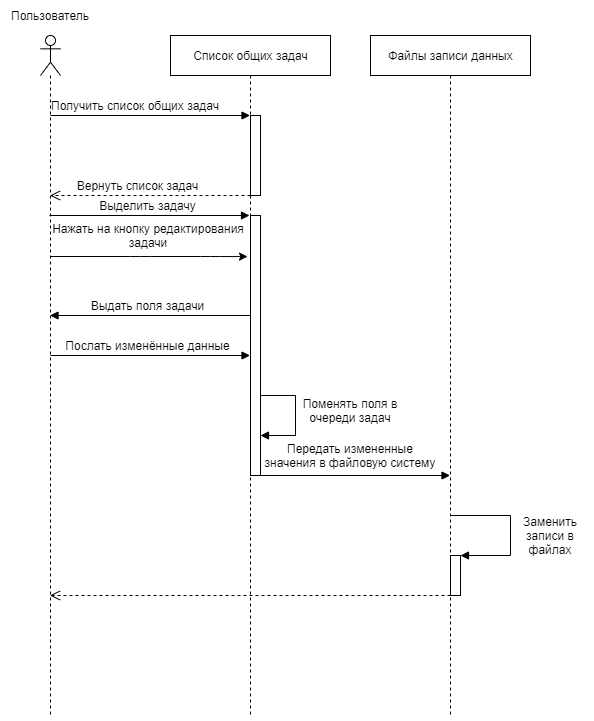
This is Document/Diagrams/sequence diagram/Редактирование задачи(задача общей очереди).png from Yakimovich12/TRITPOProject, a draw.io export, as it was before one commit. Source tidied: cells renumbered, new cells last; positions are measured from the earlier drawing's top-left corner, leaving out a move shared by most shapes. Its diagram source:
```xml
<mxGraphModel>
  <root>
    <mxCell id="0" />
    <mxCell id="1" parent="0" />
    <mxCell id="2" value="Список общих задач" style="html=1;" parent="1" vertex="1">
      <mxGeometry x="165" y="30" width="160" height="40" as="geometry" />
    </mxCell>
    <mxCell id="3" value="Файлы записи данных" style="html=1;" parent="1" vertex="1">
      <mxGeometry x="365" y="30" width="160" height="40" as="geometry" />
    </mxCell>
    <mxCell id="4" style="shape=umlLifeline;participant=umlEntity;perimeter=lifelinePerimeter;whiteSpace=wrap;html=1;verticalAlign=top;spacingTop=36;outlineConnect=0;size=0;" parent="1" vertex="1">
      <mxGeometry x="235" y="70" width="20" height="640" as="geometry" />
    </mxCell>
    <mxCell id="5" style="shape=umlLifeline;participant=umlEntity;perimeter=lifelinePerimeter;whiteSpace=wrap;html=1;verticalAlign=top;spacingTop=36;outlineConnect=0;size=0;" parent="1" vertex="1">
      <mxGeometry x="395" y="70" width="100" height="640" as="geometry" />
    </mxCell>
    <mxCell id="6" style="html=1;points=[];perimeter=orthogonalPerimeter;" parent="5" vertex="1">
      <mxGeometry x="50" y="480" width="10" height="40" as="geometry" />
    </mxCell>
    <mxCell id="7" value="self call" style="edgeStyle=orthogonalEdgeStyle;html=1;align=left;spacingLeft=2;endArrow=block;rounded=0;entryX=1;entryY=0;" parent="5" edge="1" target="6">
      <mxGeometry x="-0.2" y="256" relative="1" as="geometry">
        <mxPoint x="49.5" y="440" as="sourcePoint" />
        <Array as="points">
          <mxPoint x="110" y="440" />
          <mxPoint x="110" y="480" />
        </Array>
        <mxPoint x="-16" y="-90" as="offset" />
      </mxGeometry>
    </mxCell>
    <mxCell id="8" value="dispatch" style="html=1;verticalAlign=bottom;endArrow=block;" parent="1" edge="1" target="4">
      <mxGeometry x="1" y="-1171" relative="1" as="geometry">
        <mxPoint x="45" y="110" as="sourcePoint" />
        <mxPoint x="1170" y="-1121" as="offset" />
      </mxGeometry>
    </mxCell>
    <mxCell id="9" value="Получить список общих задач" style="text;html=1;strokeColor=none;fillColor=none;align=center;verticalAlign=middle;whiteSpace=wrap;rounded=0;" parent="1" vertex="1">
      <mxGeometry x="45" y="90" width="170" height="20" as="geometry" />
    </mxCell>
    <mxCell id="10" value="dispatch" style="html=1;verticalAlign=bottom;endArrow=block;entryX=0;entryY=0;" parent="1" edge="1">
      <mxGeometry x="1" y="-1182" relative="1" as="geometry">
        <mxPoint x="44" y="210" as="sourcePoint" />
        <mxPoint x="244" y="210" as="targetPoint" />
        <mxPoint x="1180" y="-1112" as="offset" />
      </mxGeometry>
    </mxCell>
    <mxCell id="11" value="Выделить задачу" style="text;html=1;strokeColor=none;fillColor=none;align=center;verticalAlign=middle;whiteSpace=wrap;rounded=0;" parent="1" vertex="1">
      <mxGeometry x="50" y="190" width="185" height="20" as="geometry" />
    </mxCell>
    <mxCell id="12" style="html=1;points=[];perimeter=orthogonalPerimeter;" parent="1" vertex="1">
      <mxGeometry x="245" y="110" width="10" height="80" as="geometry" />
    </mxCell>
    <mxCell id="13" value="return" style="html=1;verticalAlign=bottom;endArrow=open;dashed=1;endSize=8;" parent="1" edge="1">
      <mxGeometry x="-1" y="1256" relative="1" as="geometry">
        <mxPoint x="245" y="190" as="sourcePoint" />
        <mxPoint x="44.5" y="190" as="targetPoint" />
        <mxPoint x="1250" y="-1136" as="offset" />
      </mxGeometry>
    </mxCell>
    <mxCell id="14" value="Вернуть список задач" style="text;html=1;strokeColor=none;fillColor=none;align=center;verticalAlign=middle;whiteSpace=wrap;rounded=0;" parent="1" vertex="1">
      <mxGeometry x="50" y="170" width="165" height="20" as="geometry" />
    </mxCell>
    <mxCell id="15" style="shape=umlLifeline;participant=umlActor;perimeter=lifelinePerimeter;whiteSpace=wrap;html=1;verticalAlign=top;spacingTop=36;outlineConnect=0;" parent="1" vertex="1">
      <mxGeometry x="35" y="30" width="20" height="680" as="geometry" />
    </mxCell>
    <mxCell id="16" value="dispatch" style="html=1;verticalAlign=bottom;endArrow=block;" parent="15" edge="1" target="4">
      <mxGeometry x="1" y="561" relative="1" as="geometry">
        <mxPoint x="10" y="320" as="sourcePoint" />
        <mxPoint x="560" y="561" as="offset" />
      </mxGeometry>
    </mxCell>
    <mxCell id="17" value="Пользователь" style="text;html=1;strokeColor=none;fillColor=none;align=center;verticalAlign=middle;whiteSpace=wrap;rounded=0;" parent="1" vertex="1">
      <mxGeometry width="90" height="20" as="geometry" />
    </mxCell>
    <mxCell id="18" style="html=1;perimeter=orthogonalPerimeter;" parent="1" vertex="1">
      <mxGeometry x="245" y="210" width="10" height="260" as="geometry" />
    </mxCell>
    <mxCell id="19" style="endArrow=classic;html=1;entryX=0.35;entryY=0.283;entryDx=0;entryDy=0;entryPerimeter=0;" parent="1" edge="1" source="15" target="4">
      <mxGeometry relative="1" as="geometry">
        <Array as="points">
          <mxPoint x="135" y="251" />
          <mxPoint x="205" y="251" />
        </Array>
      </mxGeometry>
    </mxCell>
    <mxCell id="20" value="Нажать на кнопку редактирования задачи" style="text;html=1;strokeColor=none;fillColor=none;align=center;verticalAlign=middle;whiteSpace=wrap;rounded=0;" parent="1" vertex="1">
      <mxGeometry x="42.5" y="220" width="200" height="20" as="geometry" />
    </mxCell>
    <mxCell id="21" value="dispatch" style="html=1;verticalAlign=bottom;endArrow=block;" parent="1" edge="1" target="15">
      <mxGeometry x="-1" y="-631" relative="1" as="geometry">
        <mxPoint x="245" y="310" as="sourcePoint" />
        <mxPoint x="630" y="601" as="offset" />
      </mxGeometry>
    </mxCell>
    <mxCell id="22" value="Выдать поля задачи" style="text;html=1;strokeColor=none;fillColor=none;align=center;verticalAlign=middle;whiteSpace=wrap;rounded=0;" parent="1" vertex="1">
      <mxGeometry x="50" y="290" width="185" height="20" as="geometry" />
    </mxCell>
    <mxCell id="23" value="Послать изменённые данные" style="text;html=1;strokeColor=none;fillColor=none;align=center;verticalAlign=middle;whiteSpace=wrap;rounded=0;" parent="1" vertex="1">
      <mxGeometry x="50" y="330" width="185" height="20" as="geometry" />
    </mxCell>
    <mxCell id="24" value="self call" style="edgeStyle=orthogonalEdgeStyle;html=1;align=left;spacingLeft=2;endArrow=block;rounded=0;" parent="1" edge="1">
      <mxGeometry x="-0.23" y="815" relative="1" as="geometry">
        <mxPoint x="255" y="390" as="sourcePoint" />
        <mxPoint x="255" y="430" as="targetPoint" />
        <Array as="points">
          <mxPoint x="290" y="390" />
          <mxPoint x="290" y="430" />
          <mxPoint x="255" y="430" />
        </Array>
        <mxPoint x="-5" y="-90" as="offset" />
      </mxGeometry>
    </mxCell>
    <mxCell id="25" value="Поменять поля в очереди задач" style="text;html=1;strokeColor=none;fillColor=none;align=center;verticalAlign=middle;whiteSpace=wrap;rounded=0;" parent="1" vertex="1">
      <mxGeometry x="275" y="390" width="140" height="30" as="geometry" />
    </mxCell>
    <mxCell id="26" value="dispatch" style="html=1;verticalAlign=bottom;endArrow=block;" parent="1" edge="1" target="5">
      <mxGeometry x="1" y="381" relative="1" as="geometry">
        <mxPoint x="255" y="470" as="sourcePoint" />
        <mxPoint x="380" y="371" as="offset" />
      </mxGeometry>
    </mxCell>
    <mxCell id="27" value="Передать измененные значения в файловую систему" style="text;html=1;strokeColor=none;fillColor=none;align=center;verticalAlign=middle;whiteSpace=wrap;rounded=0;" parent="1" vertex="1">
      <mxGeometry x="255" y="440" width="180" height="20" as="geometry" />
    </mxCell>
    <mxCell id="28" value="Заменить записи в файлах" style="text;html=1;strokeColor=none;fillColor=none;align=center;verticalAlign=middle;whiteSpace=wrap;rounded=0;" parent="1" vertex="1">
      <mxGeometry x="515" y="520" width="60" height="20" as="geometry" />
    </mxCell>
    <mxCell id="29" value="return" style="html=1;verticalAlign=bottom;endArrow=open;dashed=1;endSize=8;" parent="1" edge="1" target="15">
      <mxGeometry x="-1" y="-391" relative="1" as="geometry">
        <mxPoint x="445" y="590" as="sourcePoint" />
        <mxPoint x="380" y="301" as="offset" />
      </mxGeometry>
    </mxCell>
  </root>
</mxGraphModel>
```
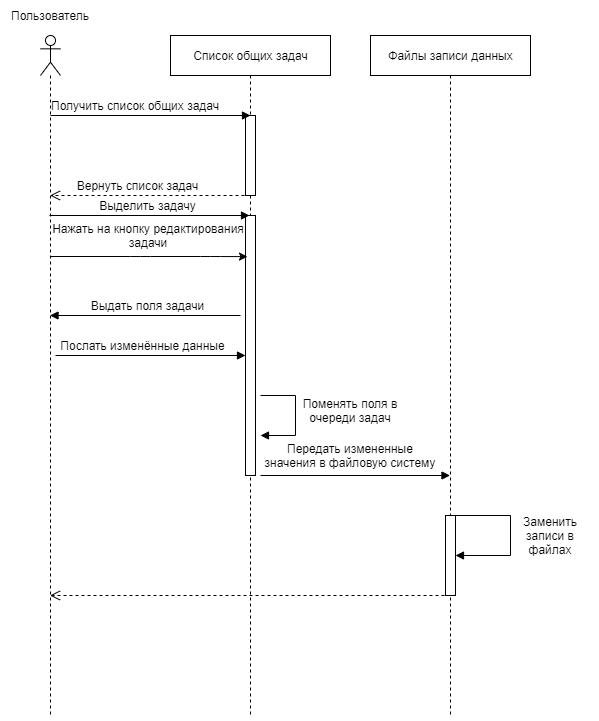
After the change.

Diff of the diagram source:
```diff
@@ -11,13 +11,19 @@
     <mxCell id="4" style="shape=umlLifeline;participant=umlEntity;perimeter=lifelinePerimeter;whiteSpace=wrap;html=1;verticalAlign=top;spacingTop=36;outlineConnect=0;size=0;" parent="1" vertex="1">
       <mxGeometry x="235" y="70" width="20" height="640" as="geometry" />
     </mxCell>
+    <mxCell id="12" style="html=1;points=[];perimeter=orthogonalPerimeter;" parent="4" vertex="1">
+      <mxGeometry x="5" y="40" width="10" height="80" as="geometry" />
+    </mxCell>
+    <mxCell id="18" style="html=1;perimeter=orthogonalPerimeter;" parent="4" vertex="1">
+      <mxGeometry x="5" y="140" width="10" height="260" as="geometry" />
+    </mxCell>
     <mxCell id="5" style="shape=umlLifeline;participant=umlEntity;perimeter=lifelinePerimeter;whiteSpace=wrap;html=1;verticalAlign=top;spacingTop=36;outlineConnect=0;size=0;" parent="1" vertex="1">
       <mxGeometry x="395" y="70" width="100" height="640" as="geometry" />
     </mxCell>
     <mxCell id="6" style="html=1;points=[];perimeter=orthogonalPerimeter;" parent="5" vertex="1">
-      <mxGeometry x="50" y="480" width="10" height="40" as="geometry" />
+      <mxGeometry x="45" y="440" width="10" height="80" as="geometry" />
     </mxCell>
-    <mxCell id="7" value="self call" style="edgeStyle=orthogonalEdgeStyle;html=1;align=left;spacingLeft=2;endArrow=block;rounded=0;entryX=1;entryY=0;" parent="5" edge="1" target="6">
+    <mxCell id="7" value="self call" style="edgeStyle=orthogonalEdgeStyle;html=1;align=left;spacingLeft=2;endArrow=block;rounded=0;entryX=1;entryY=0.5;entryDx=0;entryDy=0;entryPerimeter=0;" parent="5" edge="1" target="6">
       <mxGeometry x="-0.2" y="256" relative="1" as="geometry">
         <mxPoint x="49.5" y="440" as="sourcePoint" />
         <Array as="points">
@@ -27,7 +33,7 @@
         <mxPoint x="-16" y="-90" as="offset" />
       </mxGeometry>
     </mxCell>
-    <mxCell id="8" value="dispatch" style="html=1;verticalAlign=bottom;endArrow=block;" parent="1" edge="1" target="4">
+    <mxCell id="8" value="dispatch" style="html=1;verticalAlign=bottom;endArrow=block;entryX=0.5;entryY=0;entryDx=0;entryDy=0;entryPerimeter=0;" parent="1" edge="1" target="12">
       <mxGeometry x="1" y="-1171" relative="1" as="geometry">
         <mxPoint x="45" y="110" as="sourcePoint" />
         <mxPoint x="1170" y="-1121" as="offset" />
@@ -46,9 +52,6 @@
     <mxCell id="11" value="Выделить задачу" style="text;html=1;strokeColor=none;fillColor=none;align=center;verticalAlign=middle;whiteSpace=wrap;rounded=0;" parent="1" vertex="1">
       <mxGeometry x="50" y="190" width="185" height="20" as="geometry" />
     </mxCell>
-    <mxCell id="12" style="html=1;points=[];perimeter=orthogonalPerimeter;" parent="1" vertex="1">
-      <mxGeometry x="245" y="110" width="10" height="80" as="geometry" />
-    </mxCell>
     <mxCell id="13" value="return" style="html=1;verticalAlign=bottom;endArrow=open;dashed=1;endSize=8;" parent="1" edge="1">
       <mxGeometry x="-1" y="1256" relative="1" as="geometry">
         <mxPoint x="245" y="190" as="sourcePoint" />
@@ -62,18 +65,9 @@
     <mxCell id="15" style="shape=umlLifeline;participant=umlActor;perimeter=lifelinePerimeter;whiteSpace=wrap;html=1;verticalAlign=top;spacingTop=36;outlineConnect=0;" parent="1" vertex="1">
       <mxGeometry x="35" y="30" width="20" height="680" as="geometry" />
     </mxCell>
-    <mxCell id="16" value="dispatch" style="html=1;verticalAlign=bottom;endArrow=block;" parent="15" edge="1" target="4">
-      <mxGeometry x="1" y="561" relative="1" as="geometry">
-        <mxPoint x="10" y="320" as="sourcePoint" />
-        <mxPoint x="560" y="561" as="offset" />
-      </mxGeometry>
-    </mxCell>
     <mxCell id="17" value="Пользователь" style="text;html=1;strokeColor=none;fillColor=none;align=center;verticalAlign=middle;whiteSpace=wrap;rounded=0;" parent="1" vertex="1">
       <mxGeometry width="90" height="20" as="geometry" />
     </mxCell>
-    <mxCell id="18" style="html=1;perimeter=orthogonalPerimeter;" parent="1" vertex="1">
-      <mxGeometry x="245" y="210" width="10" height="260" as="geometry" />
-    </mxCell>
     <mxCell id="19" style="endArrow=classic;html=1;entryX=0.35;entryY=0.283;entryDx=0;entryDy=0;entryPerimeter=0;" parent="1" edge="1" source="15" target="4">
       <mxGeometry relative="1" as="geometry">
         <Array as="points">
@@ -85,9 +79,8 @@
     <mxCell id="20" value="Нажать на кнопку редактирования задачи" style="text;html=1;strokeColor=none;fillColor=none;align=center;verticalAlign=middle;whiteSpace=wrap;rounded=0;" parent="1" vertex="1">
       <mxGeometry x="42.5" y="220" width="200" height="20" as="geometry" />
     </mxCell>
-    <mxCell id="21" value="dispatch" style="html=1;verticalAlign=bottom;endArrow=block;" parent="1" edge="1" target="15">
+    <mxCell id="21" value="dispatch" style="html=1;verticalAlign=bottom;endArrow=block;exitX=1;exitY=1;exitDx=0;exitDy=0;exitPerimeter=0;" parent="1" edge="1" source="22" target="15">
       <mxGeometry x="-1" y="-631" relative="1" as="geometry">
-        <mxPoint x="245" y="310" as="sourcePoint" />
         <mxPoint x="630" y="601" as="offset" />
       </mxGeometry>
     </mxCell>
@@ -95,7 +88,7 @@
       <mxGeometry x="50" y="290" width="185" height="20" as="geometry" />
     </mxCell>
     <mxCell id="23" value="Послать изменённые данные" style="text;html=1;strokeColor=none;fillColor=none;align=center;verticalAlign=middle;whiteSpace=wrap;rounded=0;" parent="1" vertex="1">
-      <mxGeometry x="50" y="330" width="185" height="20" as="geometry" />
+      <mxGeometry x="50" y="330" width="175" height="20" as="geometry" />
     </mxCell>
     <mxCell id="24" value="self call" style="edgeStyle=orthogonalEdgeStyle;html=1;align=left;spacingLeft=2;endArrow=block;rounded=0;" parent="1" edge="1">
       <mxGeometry x="-0.23" y="815" relative="1" as="geometry">
@@ -104,7 +97,6 @@
         <Array as="points">
           <mxPoint x="290" y="390" />
           <mxPoint x="290" y="430" />
-          <mxPoint x="255" y="430" />
         </Array>
         <mxPoint x="-5" y="-90" as="offset" />
       </mxGeometry>
@@ -130,5 +122,12 @@
         <mxPoint x="380" y="301" as="offset" />
       </mxGeometry>
     </mxCell>
+    <mxCell id="16" value="dispatch" style="html=1;verticalAlign=bottom;endArrow=block;" parent="1" edge="1">
+      <mxGeometry x="1" y="561" relative="1" as="geometry">
+        <mxPoint x="50" y="350" as="sourcePoint" />
+        <mxPoint x="240" y="350" as="targetPoint" />
+        <mxPoint x="560" y="561" as="offset" />
+      </mxGeometry>
+    </mxCell>
   </root>
 </mxGraphModel>
```
